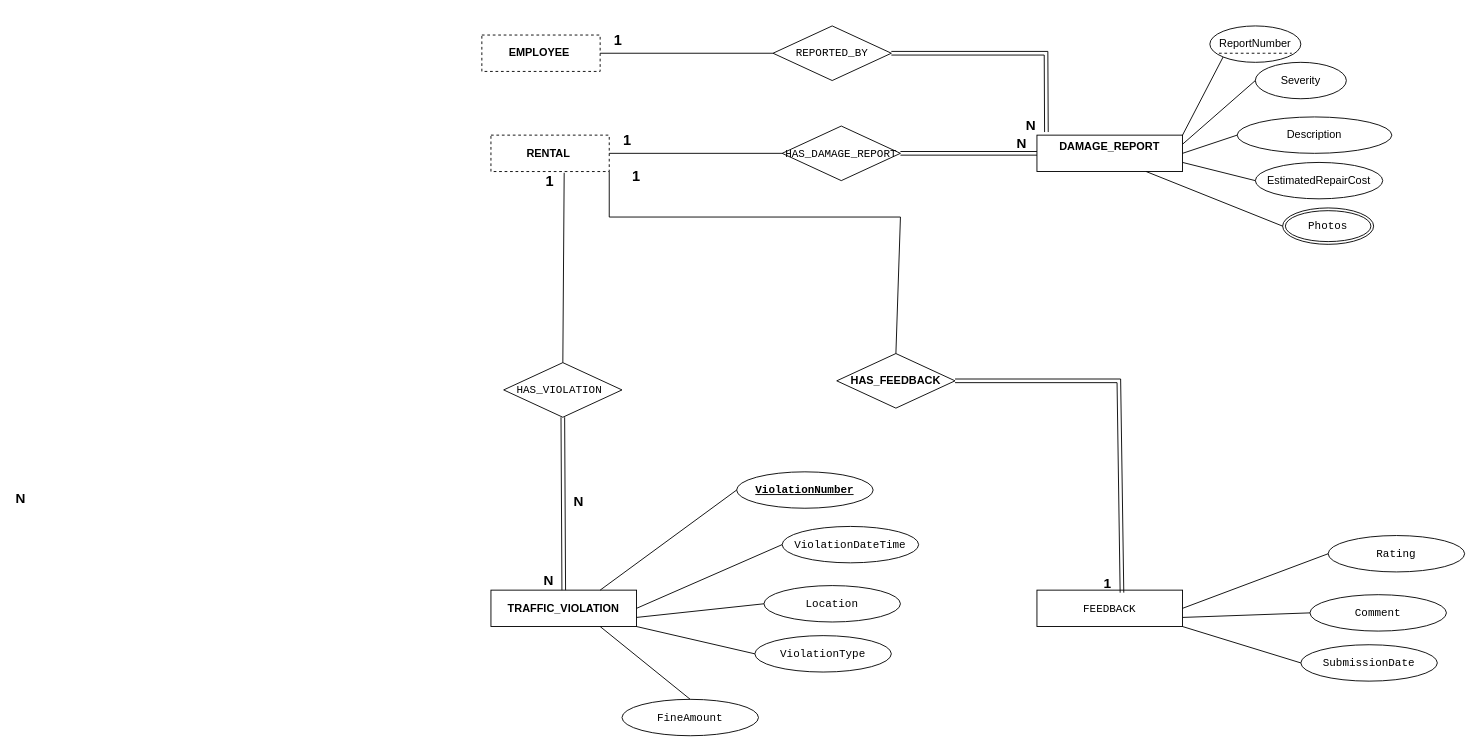
Earlier version of the draw.io diagram page "1-ERD-13-Damage-Violations-Feedback" (13 of 30) of submission/assignment/DriveNow.drawio (mos7abd/mos7abd-Database-Assignment-1). Source tidied: cells renumbered, new cells numbered last; positions are measured from the earlier drawing's top-left corner, leaving out a move shared by most shapes. Both pictures are drawn from the tidied source at 91%, with x=0, y=0 at pixel (481, 25).
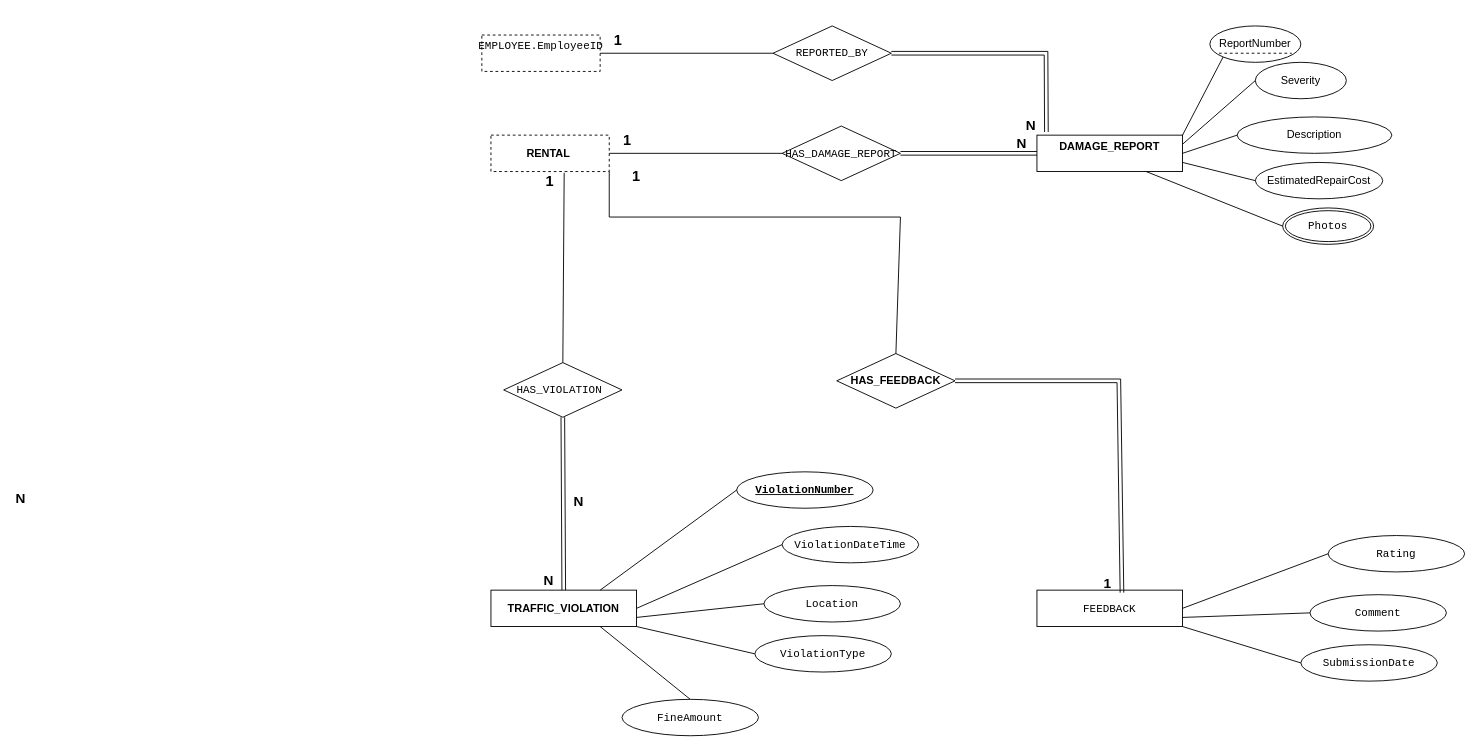
The same page after the edit.

Diff of the diagram source:
```diff
@@
-    <mxCell id="26" value="&lt;strong&gt;EMPLOYEE&amp;nbsp;&lt;/strong&gt;" style="whiteSpace=wrap;html=1;align=center;dashed=1;" parent="1" vertex="1">
+    <mxCell id="26" value="&#10;&lt;div&gt;&lt;div&gt;&lt;pre dir=&quot;ltr&quot;&gt;&lt;code&gt;EMPLOYEE.EmployeeID&lt;/code&gt;&lt;/pre&gt;&lt;/div&gt;&lt;/div&gt;&lt;p&gt;&lt;/p&gt;&#10;&#10;" style="whiteSpace=wrap;html=1;align=center;dashed=1;" parent="1" vertex="1">
       <mxGeometry y="10" width="130" height="40" as="geometry" />
     </mxCell>
```
